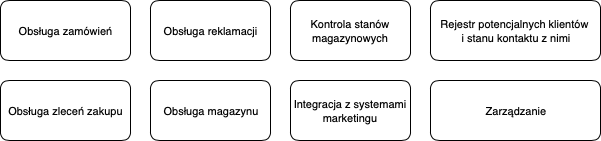
The draw.io diagram src/diagrams/images/Obsluga_aktywnosci.png in pixellos/Agh.5.Psi, before a commit. Source tidied: cells renumbered, new cells last; positions are measured from the earlier drawing's top-left corner, leaving out a move shared by most shapes. Its diagram source:
```xml
<mxGraphModel>
  <root>
    <mxCell id="0" />
    <mxCell id="1" parent="0" />
    <mxCell id="2" value="&lt;font style=&quot;font-size: 11px ; font-family: &amp;#34;helvetica&amp;#34; ; color: #000000 ; direction: ltr ; letter-spacing: 0px ; line-height: 120% ; opacity: 1&quot;&gt;Obsługa zamówień&lt;/font&gt;" style="verticalAlign=middle;align=center;vsdxID=5;fillColor=#ffffff;gradientColor=none;shape=(stored shape, 188 characters);strokeColor=#000000;spacingTop=-3;spacingBottom=-3;spacingLeft=-3;spacingRight=-3;labelBackgroundColor=none;rounded=1;html=1;whiteSpace=wrap;" parent="1" vertex="1">
      <mxGeometry width="130" height="60" as="geometry" />
    </mxCell>
    <mxCell id="3" value="&lt;font style=&quot;font-size: 11px ; font-family: &amp;#34;helvetica&amp;#34; ; color: #000000 ; direction: ltr ; letter-spacing: 0px ; line-height: 120% ; opacity: 1&quot;&gt;Obsługa zleceń zakupu&lt;/font&gt;" style="verticalAlign=middle;align=center;vsdxID=5;fillColor=#ffffff;gradientColor=none;shape=(stored shape, 188 characters);strokeColor=#000000;spacingTop=-3;spacingBottom=-3;spacingLeft=-3;spacingRight=-3;labelBackgroundColor=none;rounded=1;html=1;whiteSpace=wrap;" parent="1" vertex="1">
      <mxGeometry y="80" width="130" height="60" as="geometry" />
    </mxCell>
    <mxCell id="4" value="&lt;font style=&quot;font-size: 11px ; font-family: &amp;#34;helvetica&amp;#34; ; color: #000000 ; direction: ltr ; letter-spacing: 0px ; line-height: 120% ; opacity: 1&quot;&gt;Obsługa reklamacji&lt;/font&gt;" style="verticalAlign=middle;align=center;vsdxID=5;fillColor=#ffffff;gradientColor=none;shape=(stored shape, 188 characters);strokeColor=#000000;spacingTop=-3;spacingBottom=-3;spacingLeft=-3;spacingRight=-3;labelBackgroundColor=none;rounded=1;html=1;whiteSpace=wrap;" parent="1" vertex="1">
      <mxGeometry x="150" width="120" height="60" as="geometry" />
    </mxCell>
    <mxCell id="5" value="&lt;font style=&quot;font-size: 11px ; font-family: &amp;#34;helvetica&amp;#34; ; color: #000000 ; direction: ltr ; letter-spacing: 0px ; line-height: 120% ; opacity: 1&quot;&gt;Obsługa magazynu&lt;/font&gt;" style="verticalAlign=middle;align=center;vsdxID=5;fillColor=#ffffff;gradientColor=none;shape=(stored shape, 188 characters);strokeColor=#000000;spacingTop=-3;spacingBottom=-3;spacingLeft=-3;spacingRight=-3;labelBackgroundColor=none;rounded=1;html=1;whiteSpace=wrap;" parent="1" vertex="1">
      <mxGeometry x="150" y="80" width="120" height="60" as="geometry" />
    </mxCell>
    <mxCell id="6" value="&lt;font style=&quot;font-size: 11px ; font-family: &amp;#34;helvetica&amp;#34; ; color: #000000 ; direction: ltr ; letter-spacing: 0px ; line-height: 120% ; opacity: 1&quot;&gt;Kontrola stanów magazynowych&lt;/font&gt;" style="verticalAlign=middle;align=center;vsdxID=5;fillColor=#ffffff;gradientColor=none;shape=(stored shape, 188 characters);strokeColor=#000000;spacingTop=-3;spacingBottom=-3;spacingLeft=-3;spacingRight=-3;labelBackgroundColor=none;rounded=1;html=1;whiteSpace=wrap;" parent="1" vertex="1">
      <mxGeometry x="290" width="120" height="60" as="geometry" />
    </mxCell>
    <mxCell id="7" value="&lt;font style=&quot;font-size: 11px ; font-family: &amp;#34;helvetica&amp;#34; ; color: #000000 ; direction: ltr ; letter-spacing: 0px ; line-height: 120% ; opacity: 1&quot;&gt;Integracja z systemami marketingu&lt;/font&gt;" style="verticalAlign=middle;align=center;vsdxID=5;fillColor=#ffffff;gradientColor=none;shape=(stored shape, 188 characters);strokeColor=#000000;spacingTop=-3;spacingBottom=-3;spacingLeft=-3;spacingRight=-3;labelBackgroundColor=none;rounded=1;html=1;whiteSpace=wrap;" parent="1" vertex="1">
      <mxGeometry x="290" y="80" width="120" height="60" as="geometry" />
    </mxCell>
    <mxCell id="8" value="&lt;font style=&quot;font-size: 11px ; font-family: &amp;#34;helvetica&amp;#34; ; color: #000000 ; direction: ltr ; letter-spacing: 0px ; line-height: 120% ; opacity: 1&quot;&gt;Rejestr potencjalnych klientów &lt;br&gt;i stanu kontaktu z nimi&lt;/font&gt;" style="verticalAlign=middle;align=center;vsdxID=5;fillColor=#ffffff;gradientColor=none;shape=(stored shape, 188 characters);strokeColor=#000000;spacingTop=-3;spacingBottom=-3;spacingLeft=-3;spacingRight=-3;labelBackgroundColor=none;rounded=1;html=1;whiteSpace=wrap;" parent="1" vertex="1">
      <mxGeometry x="430" width="170" height="60" as="geometry" />
    </mxCell>
    <mxCell id="9" value="&lt;font face=&quot;helvetica&quot;&gt;&lt;span style=&quot;font-size: 11px&quot;&gt;Zarządzanie&lt;/span&gt;&lt;/font&gt;" style="verticalAlign=middle;align=center;vsdxID=5;fillColor=#ffffff;gradientColor=none;shape=(stored shape, 188 characters);strokeColor=#000000;spacingTop=-3;spacingBottom=-3;spacingLeft=-3;spacingRight=-3;labelBackgroundColor=none;rounded=1;html=1;whiteSpace=wrap;" parent="1" vertex="1">
      <mxGeometry x="430" y="80" width="170" height="60" as="geometry" />
    </mxCell>
  </root>
</mxGraphModel>
```
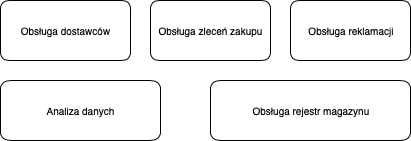
The same file after the commit.

Commit message:
Kacper Kwapisz: Poprawa diagramu obslugi aktywnosci

Change to the diagram source:
```diff
@@ -2,29 +2,20 @@
   <root>
     <mxCell id="0" />
     <mxCell id="1" parent="0" />
-    <mxCell id="2" value="&lt;font style=&quot;font-size: 11px ; font-family: &amp;#34;helvetica&amp;#34; ; color: #000000 ; direction: ltr ; letter-spacing: 0px ; line-height: 120% ; opacity: 1&quot;&gt;Obsługa zamówień&lt;/font&gt;" style="verticalAlign=middle;align=center;vsdxID=5;fillColor=#ffffff;gradientColor=none;shape=(stored shape, 188 characters);strokeColor=#000000;spacingTop=-3;spacingBottom=-3;spacingLeft=-3;spacingRight=-3;labelBackgroundColor=none;rounded=1;html=1;whiteSpace=wrap;" parent="1" vertex="1">
-      <mxGeometry width="130" height="60" as="geometry" />
-    </mxCell>
+    <mxCell id="10" value="&lt;font style=&quot;font-size: 10px ; font-family: &amp;#34;helvetica&amp;#34; ; color: #000000 ; direction: ltr ; letter-spacing: 0px ; line-height: 120% ; opacity: 1&quot;&gt;Obsługa dostawców&lt;/font&gt;" style="verticalAlign=middle;align=center;vsdxID=1;fillColor=#ffffff;gradientColor=none;shape=(stored shape, 284 characters);strokeColor=#000000;spacingTop=-3;spacingBottom=-3;spacingLeft=-3;spacingRight=-3;labelBackgroundColor=none;rounded=1;html=1;whiteSpace=wrap;" parent="1" vertex="1">
+      <mxGeometry width="130" height="60" as="geometry" />
+    </mxCell>
+    <mxCell id="11" value="&lt;font style=&quot;font-size: 10px ; font-family: &amp;#34;helvetica&amp;#34; ; color: #000000 ; direction: ltr ; letter-spacing: 0px ; line-height: 120% ; opacity: 1&quot;&gt;Analiza danych&lt;/font&gt;" style="verticalAlign=middle;align=center;vsdxID=2;fillColor=#ffffff;gradientColor=none;shape=(stored shape, 284 characters);strokeColor=#000000;spacingTop=-3;spacingBottom=-3;spacingLeft=-3;spacingRight=-3;labelBackgroundColor=none;rounded=1;html=1;whiteSpace=wrap;" parent="1" vertex="1">
+      <mxGeometry y="80" width="160" height="60" as="geometry" />
+    </mxCell>
-    <mxCell id="3" value="&lt;font style=&quot;font-size: 11px ; font-family: &amp;#34;helvetica&amp;#34; ; color: #000000 ; direction: ltr ; letter-spacing: 0px ; line-height: 120% ; opacity: 1&quot;&gt;Obsługa zleceń zakupu&lt;/font&gt;" style="verticalAlign=middle;align=center;vsdxID=5;fillColor=#ffffff;gradientColor=none;shape=(stored shape, 188 characters);strokeColor=#000000;spacingTop=-3;spacingBottom=-3;spacingLeft=-3;spacingRight=-3;labelBackgroundColor=none;rounded=1;html=1;whiteSpace=wrap;" parent="1" vertex="1">
-      <mxGeometry y="80" width="130" height="60" as="geometry" />
+    <mxCell id="3" value="&lt;font style=&quot;font-size: 10px ; font-family: &amp;#34;helvetica&amp;#34; ; color: #000000 ; direction: ltr ; letter-spacing: 0px ; line-height: 120% ; opacity: 1&quot;&gt;Obsługa zleceń zakupu&lt;/font&gt;" style="verticalAlign=middle;align=center;vsdxID=3;fillColor=#ffffff;gradientColor=none;shape=(stored shape, 276 characters);strokeColor=#000000;spacingTop=-3;spacingBottom=-3;spacingLeft=-3;spacingRight=-3;labelBackgroundColor=none;rounded=1;html=1;whiteSpace=wrap;" parent="1" vertex="1">
+      <mxGeometry x="150" width="120" height="60" as="geometry" />
     </mxCell>
-    <mxCell id="4" value="&lt;font style=&quot;font-size: 11px ; font-family: &amp;#34;helvetica&amp;#34; ; color: #000000 ; direction: ltr ; letter-spacing: 0px ; line-height: 120% ; opacity: 1&quot;&gt;Obsługa reklamacji&lt;/font&gt;" style="verticalAlign=middle;align=center;vsdxID=5;fillColor=#ffffff;gradientColor=none;shape=(stored shape, 188 characters);strokeColor=#000000;spacingTop=-3;spacingBottom=-3;spacingLeft=-3;spacingRight=-3;labelBackgroundColor=none;rounded=1;html=1;whiteSpace=wrap;" parent="1" vertex="1">
-      <mxGeometry x="150" width="120" height="60" as="geometry" />
+    <mxCell id="4" value="&lt;font style=&quot;font-size: 10px ; font-family: &amp;#34;helvetica&amp;#34; ; color: #000000 ; direction: ltr ; letter-spacing: 0px ; line-height: 120% ; opacity: 1&quot;&gt;Obsługa reklamacji&lt;/font&gt;" style="verticalAlign=middle;align=center;vsdxID=5;fillColor=#ffffff;gradientColor=none;shape=(stored shape, 276 characters);strokeColor=#000000;spacingTop=-3;spacingBottom=-3;spacingLeft=-3;spacingRight=-3;labelBackgroundColor=none;rounded=1;html=1;whiteSpace=wrap;" parent="1" vertex="1">
+      <mxGeometry x="290" width="120" height="60" as="geometry" />
     </mxCell>
-    <mxCell id="5" value="&lt;font style=&quot;font-size: 11px ; font-family: &amp;#34;helvetica&amp;#34; ; color: #000000 ; direction: ltr ; letter-spacing: 0px ; line-height: 120% ; opacity: 1&quot;&gt;Obsługa magazynu&lt;/font&gt;" style="verticalAlign=middle;align=center;vsdxID=5;fillColor=#ffffff;gradientColor=none;shape=(stored shape, 188 characters);strokeColor=#000000;spacingTop=-3;spacingBottom=-3;spacingLeft=-3;spacingRight=-3;labelBackgroundColor=none;rounded=1;html=1;whiteSpace=wrap;" parent="1" vertex="1">
-      <mxGeometry x="150" y="80" width="120" height="60" as="geometry" />
-    </mxCell>
-    <mxCell id="6" value="&lt;font style=&quot;font-size: 11px ; font-family: &amp;#34;helvetica&amp;#34; ; color: #000000 ; direction: ltr ; letter-spacing: 0px ; line-height: 120% ; opacity: 1&quot;&gt;Kontrola stanów magazynowych&lt;/font&gt;" style="verticalAlign=middle;align=center;vsdxID=5;fillColor=#ffffff;gradientColor=none;shape=(stored shape, 188 characters);strokeColor=#000000;spacingTop=-3;spacingBottom=-3;spacingLeft=-3;spacingRight=-3;labelBackgroundColor=none;rounded=1;html=1;whiteSpace=wrap;" parent="1" vertex="1">
-      <mxGeometry x="290" width="120" height="60" as="geometry" />
-    </mxCell>
-    <mxCell id="7" value="&lt;font style=&quot;font-size: 11px ; font-family: &amp;#34;helvetica&amp;#34; ; color: #000000 ; direction: ltr ; letter-spacing: 0px ; line-height: 120% ; opacity: 1&quot;&gt;Integracja z systemami marketingu&lt;/font&gt;" style="verticalAlign=middle;align=center;vsdxID=5;fillColor=#ffffff;gradientColor=none;shape=(stored shape, 188 characters);strokeColor=#000000;spacingTop=-3;spacingBottom=-3;spacingLeft=-3;spacingRight=-3;labelBackgroundColor=none;rounded=1;html=1;whiteSpace=wrap;" parent="1" vertex="1">
-      <mxGeometry x="290" y="80" width="120" height="60" as="geometry" />
-    </mxCell>
-    <mxCell id="8" value="&lt;font style=&quot;font-size: 11px ; font-family: &amp;#34;helvetica&amp;#34; ; color: #000000 ; direction: ltr ; letter-spacing: 0px ; line-height: 120% ; opacity: 1&quot;&gt;Rejestr potencjalnych klientów &lt;br&gt;i stanu kontaktu z nimi&lt;/font&gt;" style="verticalAlign=middle;align=center;vsdxID=5;fillColor=#ffffff;gradientColor=none;shape=(stored shape, 188 characters);strokeColor=#000000;spacingTop=-3;spacingBottom=-3;spacingLeft=-3;spacingRight=-3;labelBackgroundColor=none;rounded=1;html=1;whiteSpace=wrap;" parent="1" vertex="1">
-      <mxGeometry x="430" width="170" height="60" as="geometry" />
-    </mxCell>
-    <mxCell id="9" value="&lt;font face=&quot;helvetica&quot;&gt;&lt;span style=&quot;font-size: 11px&quot;&gt;Zarządzanie&lt;/span&gt;&lt;/font&gt;" style="verticalAlign=middle;align=center;vsdxID=5;fillColor=#ffffff;gradientColor=none;shape=(stored shape, 188 characters);strokeColor=#000000;spacingTop=-3;spacingBottom=-3;spacingLeft=-3;spacingRight=-3;labelBackgroundColor=none;rounded=1;html=1;whiteSpace=wrap;" parent="1" vertex="1">
-      <mxGeometry x="430" y="80" width="170" height="60" as="geometry" />
-    </mxCell>
+    <mxCell id="12" value="&lt;font face=&quot;helvetica&quot; size=&quot;1&quot;&gt;Obsługa rejestr&amp;nbsp;magazynu&lt;/font&gt;" style="verticalAlign=middle;align=center;vsdxID=7;fillColor=#ffffff;gradientColor=none;shape=(stored shape, 280 characters);strokeColor=#000000;spacingTop=-3;spacingBottom=-3;spacingLeft=-3;spacingRight=-3;labelBackgroundColor=none;rounded=1;html=1;whiteSpace=wrap;" parent="1" vertex="1">
+      <mxGeometry x="210" y="80" width="200" height="60" as="geometry" />
+    </mxCell>
   </root>
 </mxGraphModel>
```
